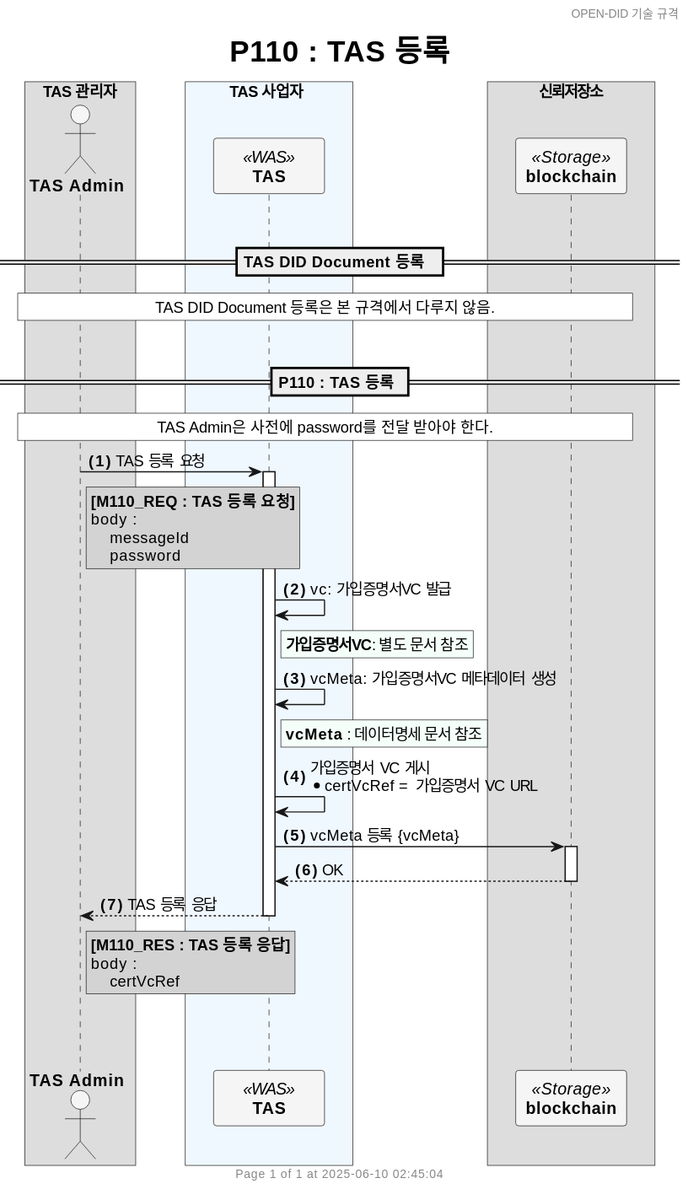
Above: docs/sequence/detailed/images/P110_register_tas_ko.svg in OmniOneID/did-doc-architecture (PlantUML), before the change.
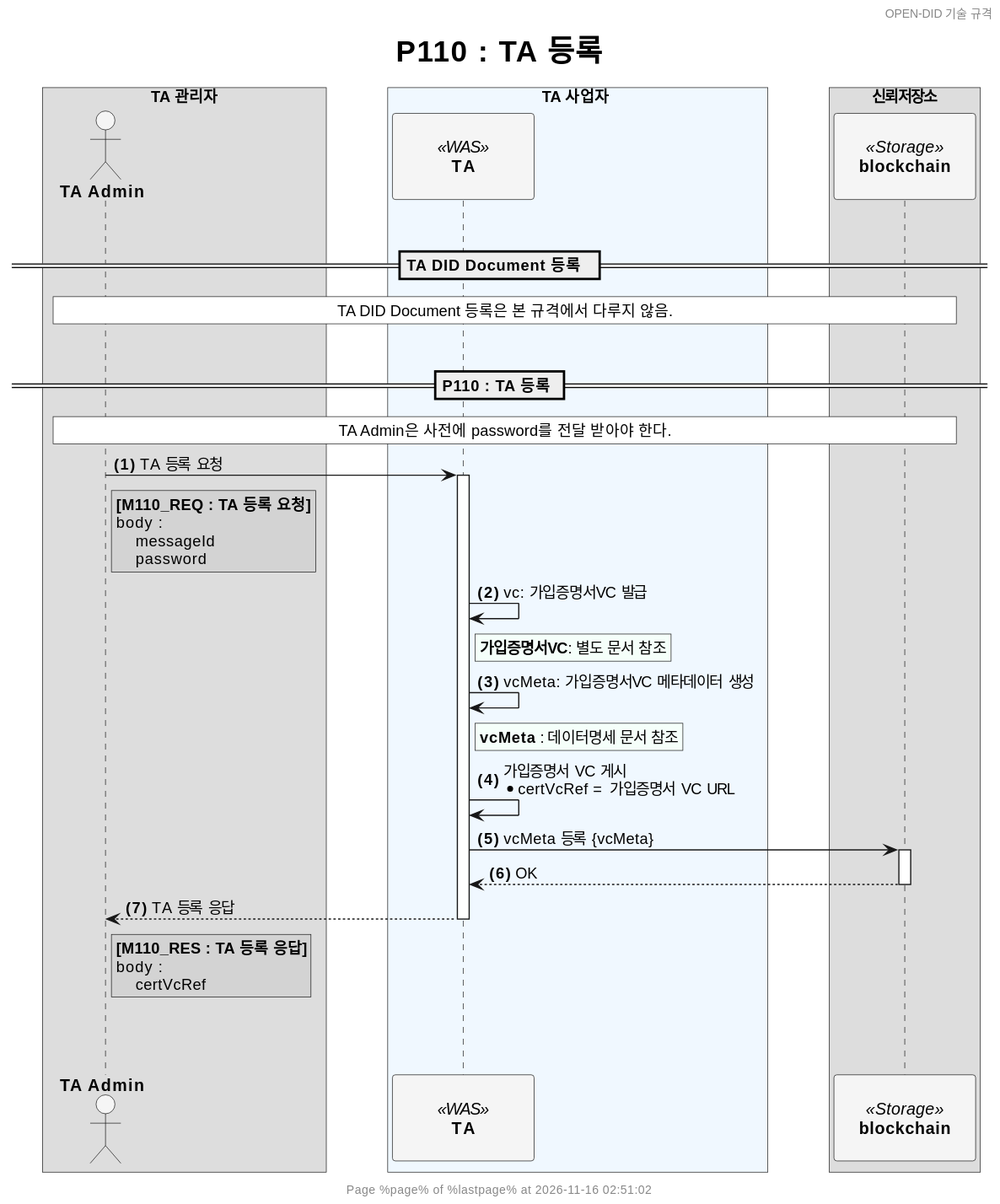
After the change.

Change to the diagram source:
```diff
@@ -5,22 +5,26 @@
 end footer
 
 title
-	<size:25>P110 : TAS 등록</size>
+	<size:25>P110 : TA 등록</size>
 end title
 
 autonumber "<b>(#)</b>"
 
-skinparam ParticipantPadding 20
+<style>
+participant {
+  Padding 20
+}
+</style>
 skinparam BoxPadding 20
 skinparam MaxMessageSize 500
 skinparam MinClassWidth 80
 
-box TAS 관리자
-    actor "**TAS Admin**" as ADMIN #WhiteSmoke
+box TA 관리자
+    actor "**TA Admin**" as ADMIN #WhiteSmoke
 end box
 
-box TAS 사업자 #AliceBlue
-    participant "**TAS**" as TAS <<WAS>> #WhiteSmoke
+box TA 사업자 #AliceBlue
+    participant "**TA**" as TA <<WAS>> #WhiteSmoke
 end box
 
 
@@ -33,43 +37,43 @@
 
 |||
 
-== TAS DID Document 등록  ==
+== TA DID Document 등록  ==
 rnote across #white
-    TAS DID Document 등록은 본 규격에서 다루지 않음.
+    TA DID Document 등록은 본 규격에서 다루지 않음.
 end note
 
 |||
 
-== P110 : TAS 등록 ==
+== P110 : TA 등록 ==
 rnote across #white
-    TAS Admin은 사전에 password를 전달 받아야 한다.
+    TA Admin은 사전에 password를 전달 받아야 한다.
 end note
-ADMIN -> TAS++: TAS 등록 요청
+ADMIN -> TA++: TA 등록 요청
 rnote right of ADMIN #LightGray
-    **[M110_REQ : TAS 등록 요청]**
+    **[M110_REQ : TA 등록 요청]**
     body :
         messageId
         password
 end note
 
-    TAS -> TAS: vc: 가입증명서VC 발급
-    rnote right of TAS #MintCream
+    TA -> TA: vc: 가입증명서VC 발급
+    rnote right of TA #MintCream
         **가입증명서VC**: $refdoc
     end note
 
-    TAS -> TAS: vcMeta: 가입증명서VC 메타데이터 생성
-    rnote right of TAS #MintCream
+    TA -> TA: vcMeta: 가입증명서VC 메타데이터 생성
+    rnote right of TA #MintCream
         **vcMeta** : $doc
     end note
 
-    TAS -> TAS: 가입증명서 VC 게시            \n* certVcRef = 가입증명서 VC URL
+    TA -> TA: 가입증명서 VC 게시            \n* certVcRef = 가입증명서 VC URL
 
-    TAS -> BC++ : vcMeta 등록 {vcMeta}
+    TA -> BC++ : vcMeta 등록 {vcMeta}
     return OK
 
-return TAS 등록 응답
+return TA 등록 응답
 rnote right of ADMIN #LightGray
-    **[M110_RES : TAS 등록 응답]**
+    **[M110_RES : TA 등록 응답]**
     body :
         certVcRef
 end note
```
